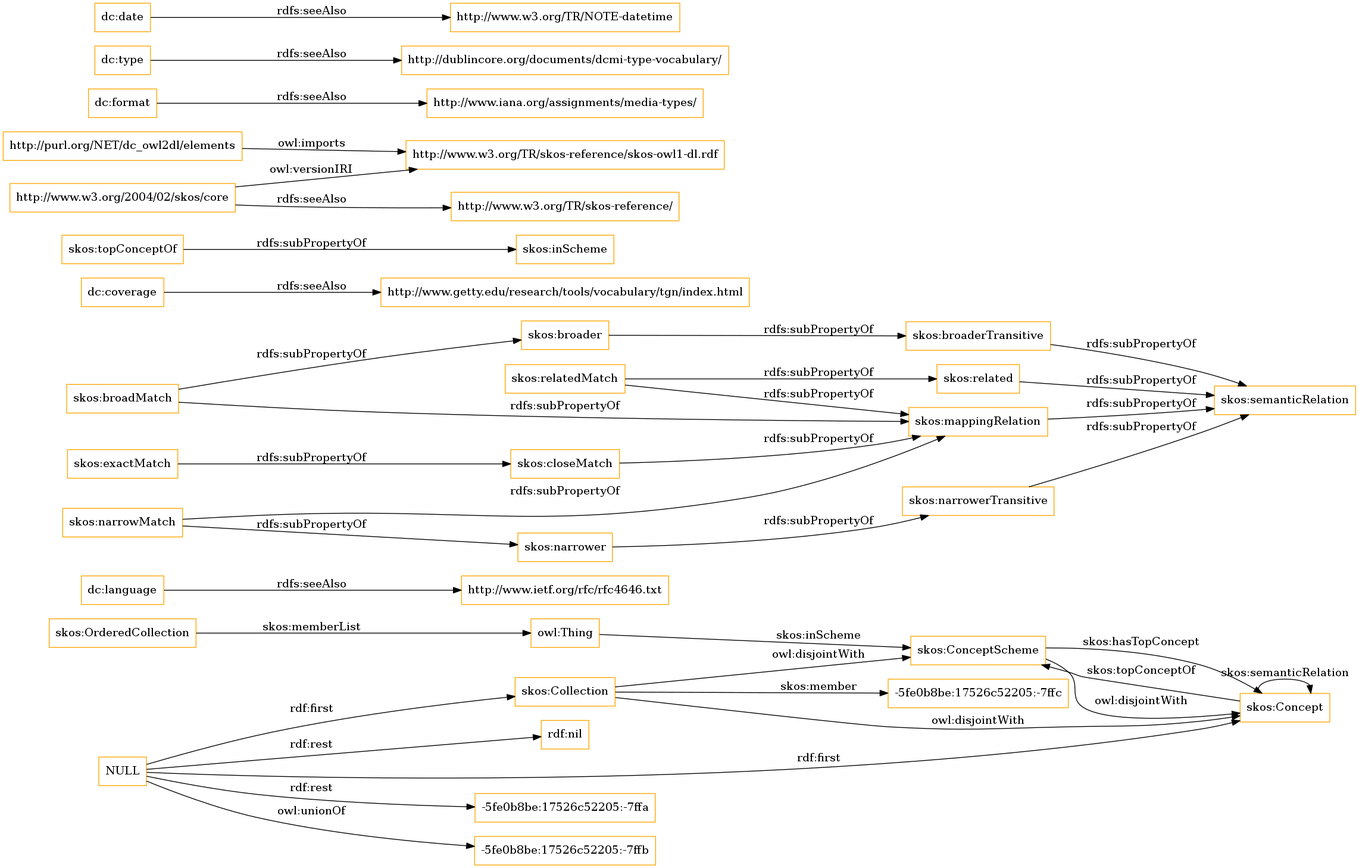
Before: OnToology/imports/elements.owl/diagrams/ar2dtool-class/elements.owl.png, a diagram exported from Graphviz (OnToologyUser/core-ontology-1). Its source is kept beside it as OnToology/imports/elements.owl/diagrams/ar2dtool-class/elements.owl.png.dot.
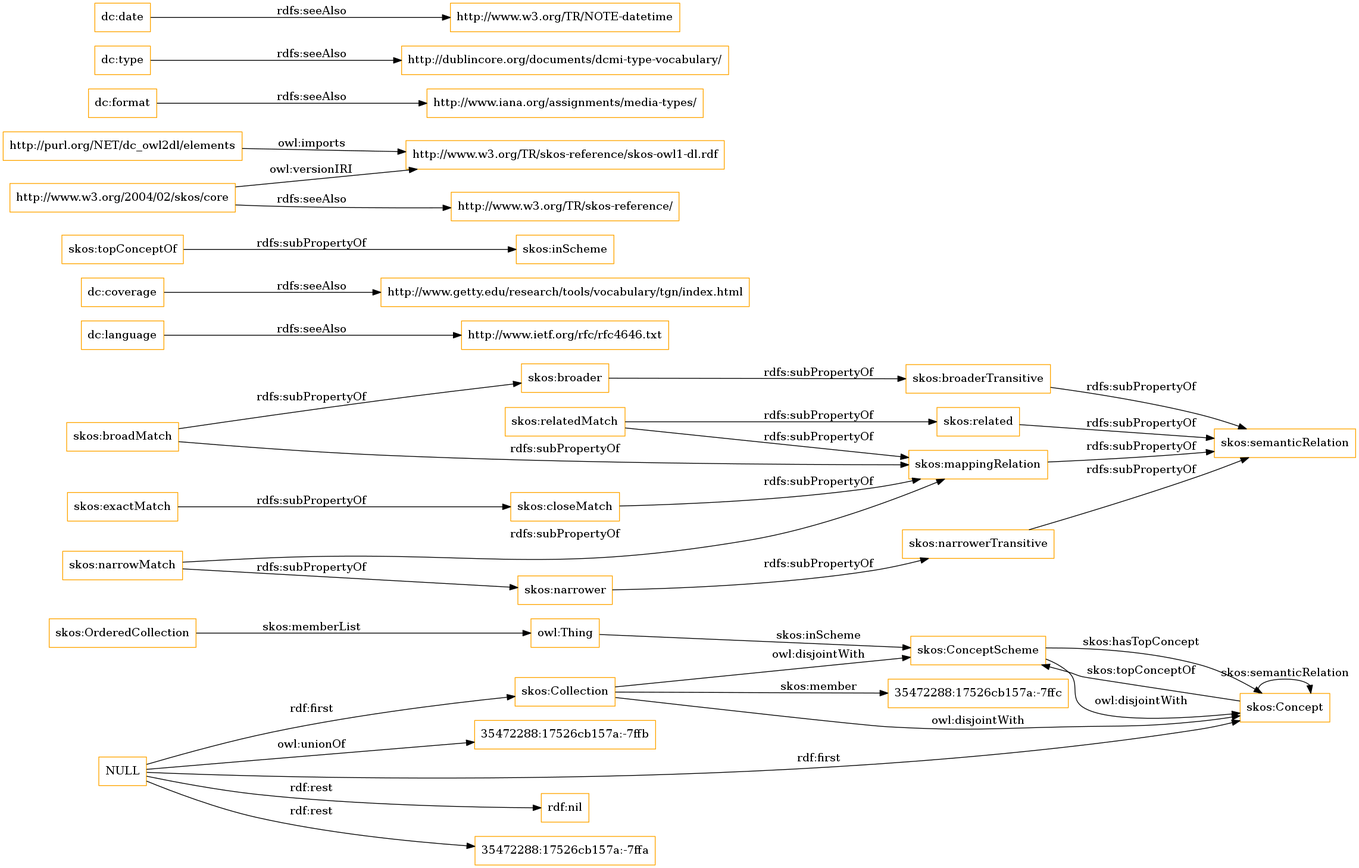
Above is the later version.

Diff of the diagram source:
```diff
@@ -1,13 +1,9 @@
 digraph ar2dtool_diagram {
 rankdir=LR;
 size="1501"
-node [shape = rectangle, color="orange"]; "-5fe0b8be:17526c52205:-7ffc" "skos:OrderedCollection" "skos:Collection" "skos:ConceptScheme" "skos:Concept" ; /*classes style*/
+node [shape = rectangle, color="orange"]; "35472288:17526cb157a:-7ffc" "skos:OrderedCollection" "skos:Collection" "skos:ConceptScheme" "skos:Concept" ; /*classes style*/
+	"skos:narrowerTransitive" -> "skos:semanticRelation" [ label = "rdfs:subPropertyOf" ];
 	"dc:language" -> "http://www.ietf.org/rfc/rfc4646.txt" [ label = "rdfs:seeAlso" ];
-	"NULL" -> "-5fe0b8be:17526c52205:-7ffa" [ label = "rdf:rest" ];
-	"NULL" -> "skos:Concept" [ label = "rdf:first" ];
-	"NULL" -> "-5fe0b8be:17526c52205:-7ffb" [ label = "owl:unionOf" ];
-	"NULL" -> "rdf:nil" [ label = "rdf:rest" ];
-	"NULL" -> "skos:Collection" [ label = "rdf:first" ];
 	"skos:closeMatch" -> "skos:mappingRelation" [ label = "rdfs:subPropertyOf" ];
 	"dc:coverage" -> "http://www.getty.edu/research/tools/vocabulary/tgn/index.html" [ label = "rdfs:seeAlso" ];
 	"skos:relatedMatch" -> "skos:related" [ label = "rdfs:subPropertyOf" ];
@@ -32,11 +28,15 @@
 	"skos:narrowMatch" -> "skos:mappingRelation" [ label = "rdfs:subPropertyOf" ];
 	"skos:narrower" -> "skos:narrowerTransitive" [ label = "rdfs:subPropertyOf" ];
 	"dc:date" -> "http://www.w3.org/TR/NOTE-datetime" [ label = "rdfs:seeAlso" ];
-	"skos:narrowerTransitive" -> "skos:semanticRelation" [ label = "rdfs:subPropertyOf" ];
+	"NULL" -> "rdf:nil" [ label = "rdf:rest" ];
+	"NULL" -> "skos:Collection" [ label = "rdf:first" ];
+	"NULL" -> "35472288:17526cb157a:-7ffa" [ label = "rdf:rest" ];
+	"NULL" -> "skos:Concept" [ label = "rdf:first" ];
+	"NULL" -> "35472288:17526cb157a:-7ffb" [ label = "owl:unionOf" ];
 	"skos:OrderedCollection" -> "owl:Thing" [ label = "skos:memberList" ];
 	"skos:Concept" -> "skos:ConceptScheme" [ label = "skos:topConceptOf" ];
 	"skos:Concept" -> "skos:Concept" [ label = "skos:semanticRelation" ];
-	"skos:Collection" -> "-5fe0b8be:17526c52205:-7ffc" [ label = "skos:member" ];
+	"skos:Collection" -> "35472288:17526cb157a:-7ffc" [ label = "skos:member" ];
 	"skos:ConceptScheme" -> "skos:Concept" [ label = "skos:hasTopConcept" ];
 	"owl:Thing" -> "skos:ConceptScheme" [ label = "skos:inScheme" ];
 
```
